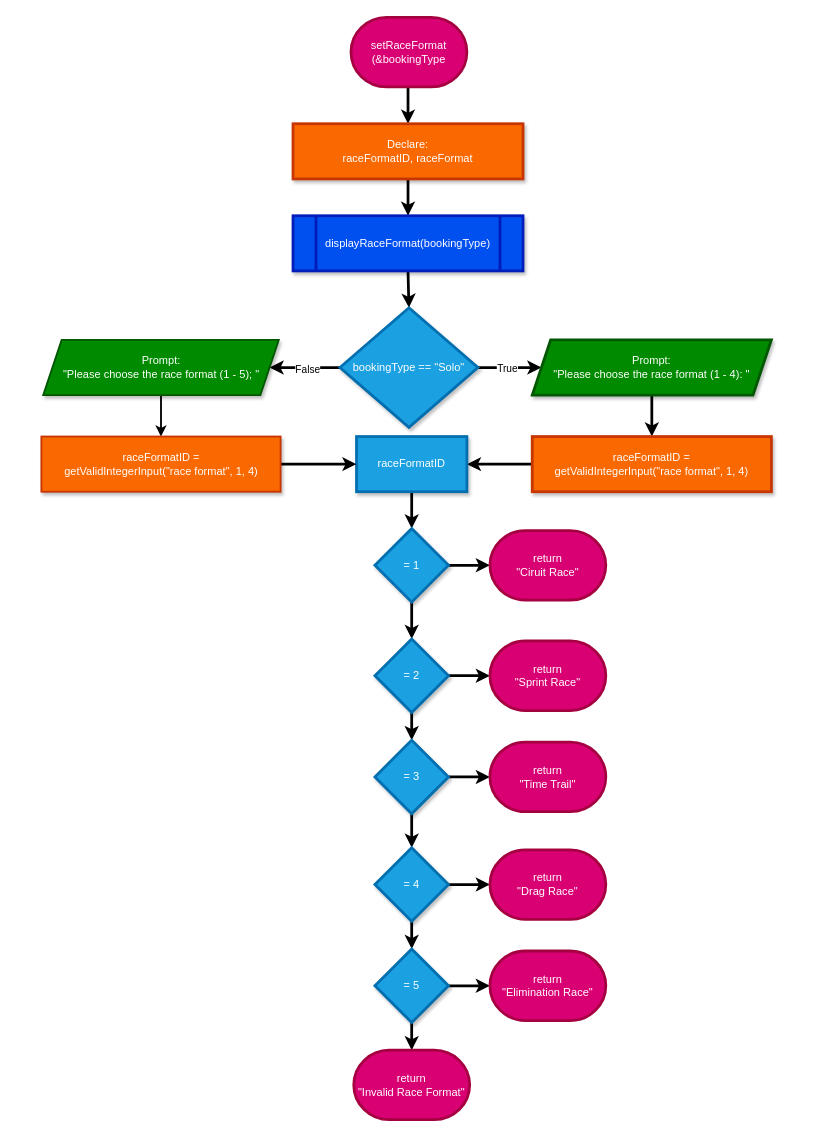
shahxvi/csc126-group-project keeps this draw.io diagram as Flowcharts (draw.io)/12. setRaceFormat.drawio. Above is the earlier version. Source tidied: cells renumbered, new cells numbered last; positions are measured from the earlier drawing's top-left corner, leaving out a move shared by most shapes. Both pictures are drawn from the tidied source at 92%, with x=0, y=0 at pixel (40, 17).
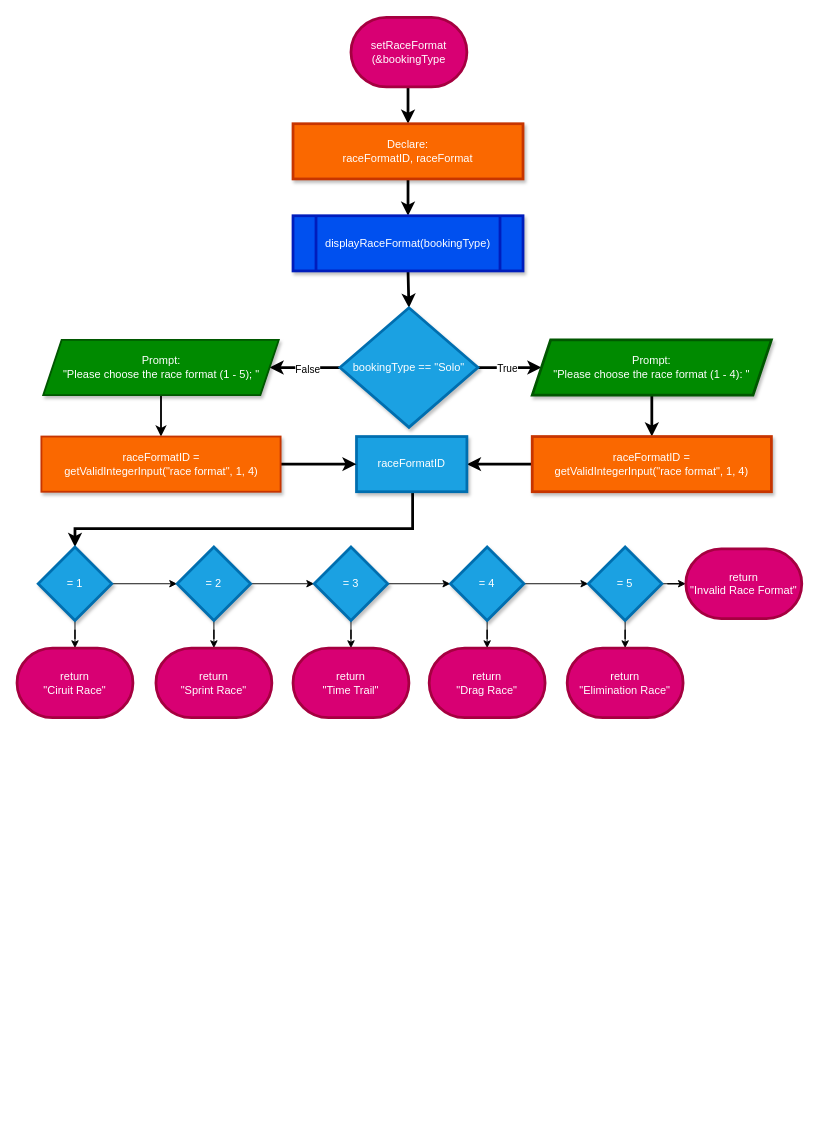
After the change.

The change refers to these unchanged cells:
```xml
<mxCell id="18" value="raceFormatID" style="whiteSpace=wrap;html=1;fillColor=#1ba1e2;strokeColor=#006EAF;fontColor=#ffffff;strokeWidth=3;shadow=1;enumerate=0;comic=0;backgroundOutline=0;" parent="1" vertex="1">
  <mxGeometry x="343" y="456" width="120" height="60" as="geometry" />
</mxCell>
```

Change to the diagram source:
```diff
@@
     <mxCell id="17" style="edgeStyle=orthogonalEdgeStyle;rounded=0;jettySize=auto;html=1;enumerate=0;comic=0;backgroundOutline=0;strokeWidth=3;" parent="1" edge="1" source="18" target="21">
-      <mxGeometry relative="1" as="geometry" />
+      <mxGeometry relative="1" as="geometry">
+        <Array as="points">
+          <mxPoint x="404" y="556" />
+          <mxPoint x="37" y="556" />
+        </Array>
+      </mxGeometry>
     </mxCell>
@@
-    <mxCell id="19" style="edgeStyle=orthogonalEdgeStyle;rounded=0;jettySize=auto;html=1;enumerate=0;comic=0;backgroundOutline=0;strokeWidth=3;" parent="1" edge="1" source="21">
-      <mxGeometry relative="1" as="geometry">
-        <mxPoint x="488" y="596" as="targetPoint" />
-      </mxGeometry>
-    </mxCell>
+    <mxCell id="44" style="edgeStyle=orthogonalEdgeStyle;rounded=0;jettySize=auto;html=1;" parent="1" edge="1" source="21" target="38">
+      <mxGeometry relative="1" as="geometry" />
+    </mxCell>
-    <mxCell id="20" style="edgeStyle=orthogonalEdgeStyle;rounded=0;jettySize=auto;html=1;enumerate=0;comic=0;backgroundOutline=0;strokeWidth=3;" parent="1" edge="1" source="21" target="24">
+    <mxCell id="20" style="edgeStyle=orthogonalEdgeStyle;rounded=0;jettySize=auto;html=1;" parent="1" edge="1" source="21" target="24">
       <mxGeometry relative="1" as="geometry" />
     </mxCell>
     <mxCell id="21" value="= 1" style="rhombus;whiteSpace=wrap;html=1;fillColor=#1ba1e2;strokeColor=#006EAF;fontColor=#ffffff;strokeWidth=3;shadow=1;enumerate=0;comic=0;backgroundOutline=0;" parent="1" vertex="1">
-      <mxGeometry x="363" y="556" width="80" height="80" as="geometry" />
+      <mxGeometry x="-3" y="576" width="80" height="80" as="geometry" />
     </mxCell>
-    <mxCell id="22" style="edgeStyle=orthogonalEdgeStyle;rounded=0;jettySize=auto;html=1;enumerate=0;comic=0;backgroundOutline=0;strokeWidth=3;" parent="1" edge="1" source="24">
-      <mxGeometry relative="1" as="geometry">
-        <mxPoint x="488" y="716" as="targetPoint" />
-      </mxGeometry>
-    </mxCell>
+    <mxCell id="45" style="edgeStyle=orthogonalEdgeStyle;rounded=0;jettySize=auto;html=1;" parent="1" edge="1" source="24" target="39">
+      <mxGeometry relative="1" as="geometry" />
+    </mxCell>
-    <mxCell id="23" style="edgeStyle=orthogonalEdgeStyle;rounded=0;jettySize=auto;html=1;enumerate=0;comic=0;backgroundOutline=0;strokeWidth=3;" parent="1" edge="1" source="24" target="27">
+    <mxCell id="23" style="edgeStyle=orthogonalEdgeStyle;rounded=0;jettySize=auto;html=1;" parent="1" edge="1" source="24" target="27">
       <mxGeometry relative="1" as="geometry" />
     </mxCell>
     <mxCell id="24" value="= 2" style="rhombus;whiteSpace=wrap;html=1;fillColor=#1ba1e2;strokeColor=#006EAF;fontColor=#ffffff;strokeWidth=3;shadow=1;enumerate=0;comic=0;backgroundOutline=0;" parent="1" vertex="1">
-      <mxGeometry x="363" y="676" width="80" height="80" as="geometry" />
+      <mxGeometry x="148" y="576" width="80" height="80" as="geometry" />
     </mxCell>
-    <mxCell id="25" style="edgeStyle=orthogonalEdgeStyle;rounded=0;jettySize=auto;html=1;enumerate=0;comic=0;backgroundOutline=0;strokeWidth=3;" parent="1" edge="1" source="27">
-      <mxGeometry relative="1" as="geometry">
-        <mxPoint x="488" y="826" as="targetPoint" />
-      </mxGeometry>
-    </mxCell>
+    <mxCell id="46" style="edgeStyle=orthogonalEdgeStyle;rounded=0;jettySize=auto;html=1;" parent="1" edge="1" source="27" target="40">
+      <mxGeometry relative="1" as="geometry" />
+    </mxCell>
-    <mxCell id="26" style="edgeStyle=orthogonalEdgeStyle;rounded=0;jettySize=auto;html=1;enumerate=0;comic=0;backgroundOutline=0;strokeWidth=3;" parent="1" edge="1" source="27" target="30">
+    <mxCell id="26" style="edgeStyle=orthogonalEdgeStyle;rounded=0;jettySize=auto;html=1;" parent="1" edge="1" source="27" target="30">
       <mxGeometry relative="1" as="geometry" />
     </mxCell>
     <mxCell id="27" value="= 3" style="rhombus;whiteSpace=wrap;html=1;fillColor=#1ba1e2;strokeColor=#006EAF;fontColor=#ffffff;strokeWidth=3;shadow=1;enumerate=0;comic=0;backgroundOutline=0;" parent="1" vertex="1">
-      <mxGeometry x="363" y="786" width="80" height="80" as="geometry" />
+      <mxGeometry x="297" y="576" width="80" height="80" as="geometry" />
     </mxCell>
-    <mxCell id="28" style="edgeStyle=orthogonalEdgeStyle;rounded=0;jettySize=auto;html=1;enumerate=0;comic=0;backgroundOutline=0;strokeWidth=3;" parent="1" edge="1" source="30">
-      <mxGeometry relative="1" as="geometry">
-        <mxPoint x="488" y="943" as="targetPoint" />
-      </mxGeometry>
-    </mxCell>
+    <mxCell id="47" style="edgeStyle=orthogonalEdgeStyle;rounded=0;jettySize=auto;html=1;" parent="1" edge="1" source="30" target="41">
+      <mxGeometry relative="1" as="geometry" />
+    </mxCell>
-    <mxCell id="29" style="edgeStyle=orthogonalEdgeStyle;rounded=0;jettySize=auto;html=1;enumerate=0;comic=0;backgroundOutline=0;strokeWidth=3;" parent="1" edge="1" source="30" target="33">
+    <mxCell id="29" style="edgeStyle=orthogonalEdgeStyle;rounded=0;jettySize=auto;html=1;" parent="1" edge="1" source="30" target="33">
       <mxGeometry relative="1" as="geometry" />
     </mxCell>
     <mxCell id="30" value="= 4" style="rhombus;whiteSpace=wrap;html=1;fillColor=#1ba1e2;strokeColor=#006EAF;fontColor=#ffffff;strokeWidth=3;shadow=1;enumerate=0;comic=0;backgroundOutline=0;" parent="1" vertex="1">
-      <mxGeometry x="363" y="903" width="80" height="80" as="geometry" />
+      <mxGeometry x="445" y="576" width="80" height="80" as="geometry" />
     </mxCell>
-    <mxCell id="31" style="edgeStyle=orthogonalEdgeStyle;rounded=0;jettySize=auto;html=1;enumerate=0;comic=0;backgroundOutline=0;strokeWidth=3;" parent="1" edge="1" source="33">
-      <mxGeometry relative="1" as="geometry">
-        <mxPoint x="488" y="1053" as="targetPoint" />
-      </mxGeometry>
-    </mxCell>
-    <mxCell id="32" style="edgeStyle=orthogonalEdgeStyle;rounded=0;jettySize=auto;html=1;enumerate=0;comic=0;backgroundOutline=0;strokeWidth=3;" parent="1" edge="1" source="33">
-      <mxGeometry relative="1" as="geometry">
-        <mxPoint x="403" y="1123" as="targetPoint" />
-      </mxGeometry>
-    </mxCell>
+    <mxCell id="48" style="edgeStyle=orthogonalEdgeStyle;rounded=0;jettySize=auto;html=1;" parent="1" edge="1" source="33" target="42">
+      <mxGeometry relative="1" as="geometry" />
+    </mxCell>
+    <mxCell id="49" style="edgeStyle=orthogonalEdgeStyle;rounded=0;jettySize=auto;html=1;" parent="1" edge="1" source="33" target="43">
+      <mxGeometry relative="1" as="geometry" />
+    </mxCell>
     <mxCell id="33" value="= 5" style="rhombus;whiteSpace=wrap;html=1;fillColor=#1ba1e2;strokeColor=#006EAF;fontColor=#ffffff;strokeWidth=3;shadow=1;enumerate=0;comic=0;backgroundOutline=0;" parent="1" vertex="1">
-      <mxGeometry x="363" y="1013" width="80" height="80" as="geometry" />
+      <mxGeometry x="595" y="576" width="80" height="80" as="geometry" />
     </mxCell>
@@
+    <mxCell id="43" value="return&lt;br&gt;&quot;Invalid Race Format&quot;" style="strokeWidth=3;html=1;shape=mxgraph.flowchart.terminator;whiteSpace=wrap;fillColor=#d80073;fontColor=#ffffff;strokeColor=#A50040;" parent="1" vertex="1">
+      <mxGeometry x="701" y="578.2" width="126" height="75.6" as="geometry" />
+    </mxCell>
     <mxCell id="38" value="return&lt;br&gt;&quot;Ciruit Race&quot;" style="strokeWidth=3;html=1;shape=mxgraph.flowchart.terminator;whiteSpace=wrap;fillColor=#d80073;fontColor=#ffffff;strokeColor=#A50040;" parent="1" vertex="1">
-      <mxGeometry x="488" y="558.2" width="126" height="75.6" as="geometry" />
+      <mxGeometry x="-26" y="686" width="126" height="75.6" as="geometry" />
     </mxCell>
     <mxCell id="39" value="return&lt;br&gt;&quot;Sprint Race&quot;" style="strokeWidth=3;html=1;shape=mxgraph.flowchart.terminator;whiteSpace=wrap;fillColor=#d80073;fontColor=#ffffff;strokeColor=#A50040;" parent="1" vertex="1">
-      <mxGeometry x="488" y="678.2" width="126" height="75.6" as="geometry" />
+      <mxGeometry x="125" y="686" width="126" height="75.6" as="geometry" />
     </mxCell>
     <mxCell id="40" value="return&lt;br&gt;&quot;Time Trail&quot;" style="strokeWidth=3;html=1;shape=mxgraph.flowchart.terminator;whiteSpace=wrap;fillColor=#d80073;fontColor=#ffffff;strokeColor=#A50040;" parent="1" vertex="1">
-      <mxGeometry x="488" y="788.2" width="126" height="75.6" as="geometry" />
+      <mxGeometry x="274" y="686" width="126" height="75.6" as="geometry" />
     </mxCell>
     <mxCell id="41" value="return&lt;br&gt;&quot;Drag Race&quot;" style="strokeWidth=3;html=1;shape=mxgraph.flowchart.terminator;whiteSpace=wrap;fillColor=#d80073;fontColor=#ffffff;strokeColor=#A50040;" parent="1" vertex="1">
-      <mxGeometry x="488" y="905.2" width="126" height="75.6" as="geometry" />
+      <mxGeometry x="422" y="686" width="126" height="75.6" as="geometry" />
     </mxCell>
     <mxCell id="42" value="return&lt;br&gt;&quot;Elimination Race&quot;" style="strokeWidth=3;html=1;shape=mxgraph.flowchart.terminator;whiteSpace=wrap;fillColor=#d80073;fontColor=#ffffff;strokeColor=#A50040;" parent="1" vertex="1">
-      <mxGeometry x="488" y="1015.2" width="126" height="75.6" as="geometry" />
+      <mxGeometry x="572" y="686" width="126" height="75.6" as="geometry" />
     </mxCell>
-    <mxCell id="43" value="return&lt;br&gt;&quot;Invalid Race Format&quot;" style="strokeWidth=3;html=1;shape=mxgraph.flowchart.terminator;whiteSpace=wrap;fillColor=#d80073;fontColor=#ffffff;strokeColor=#A50040;" parent="1" vertex="1">
-      <mxGeometry x="340" y="1123" width="126" height="75.6" as="geometry" />
-    </mxCell>
```
